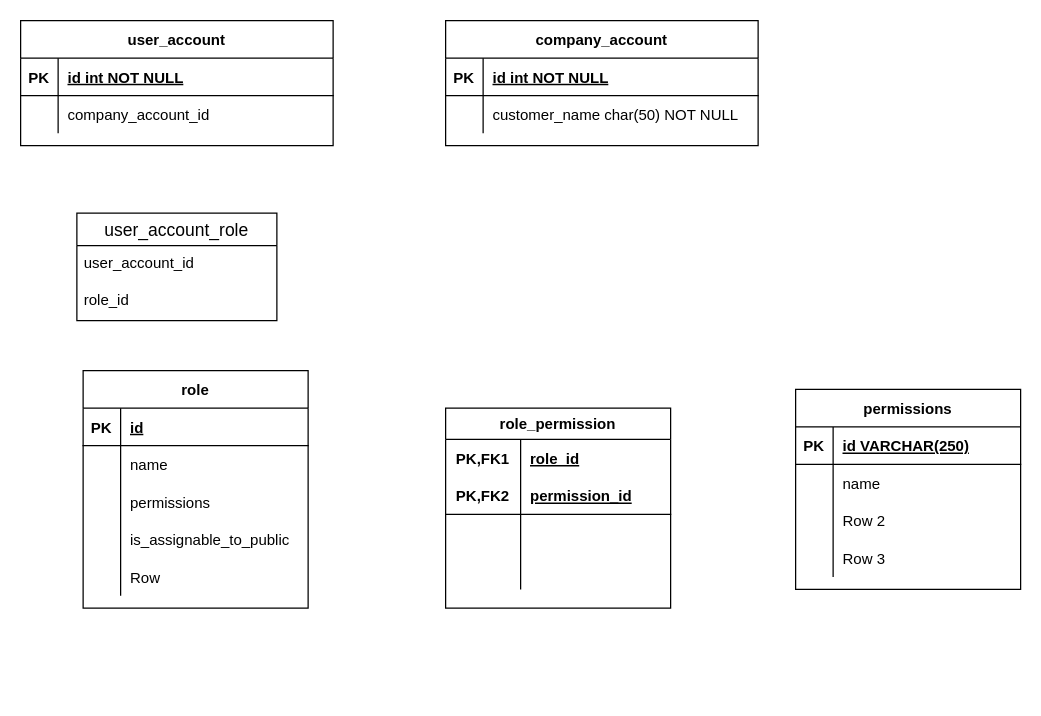
Before: UM.drawio in lyndon-trash/presentation-oauth2, a draw.io diagram. Source tidied: cells renumbered, new cells numbered last; positions are measured from the earlier drawing's top-left corner, leaving out a move shared by most shapes. Both pictures are drawn from the tidied source at 125%, with x=0, y=0 at pixel (20, 20).
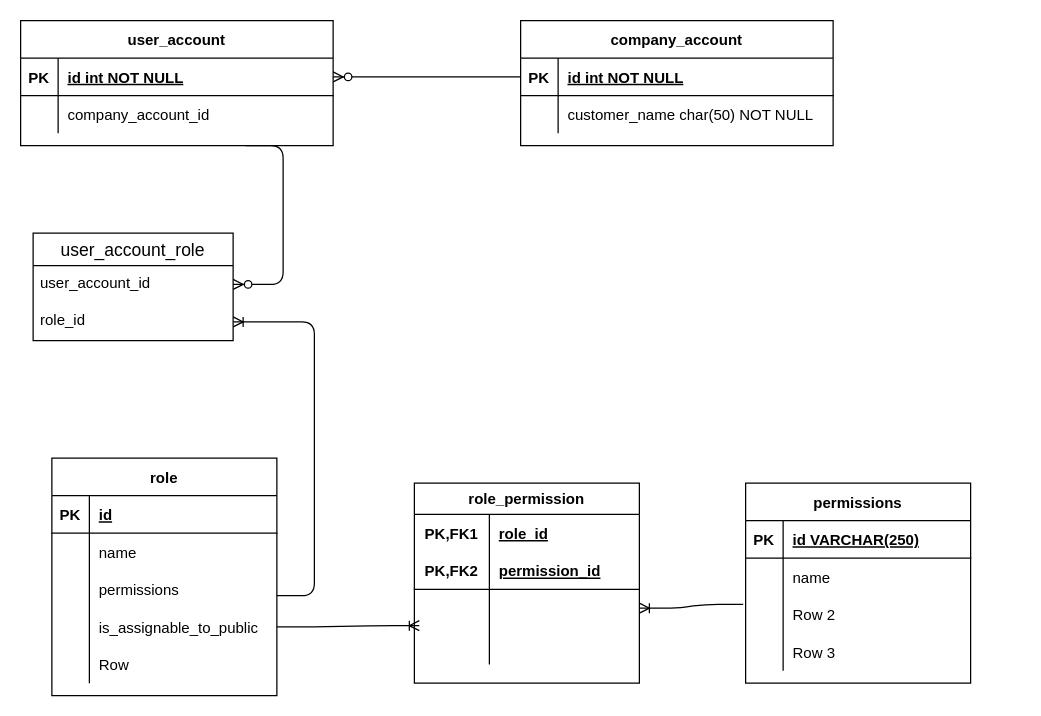
The same page after the edit.

Unchanged cells that the change refers to:
```xml
<mxCell id="3" style="shape=partialRectangle;fillColor=none;points=[[0,0.5],[1,0.5]];portConstraint=eastwest;top=0;left=0;right=0;bottom=1;" parent="2" vertex="1">
  <mxGeometry y="30" width="250" height="30" as="geometry" />
</mxCell>
<mxCell id="19" style="shape=partialRectangle;fillColor=none;top=0;left=0;bottom=0;right=0;points=[[0,0.5],[1,0.5]];portConstraint=eastwest;" parent="9" vertex="1">
  <mxGeometry y="120" width="180" height="30" as="geometry" />
</mxCell>
<mxCell id="26" style="shape=partialRectangle;fillColor=none;points=[[0,0.5],[1,0.5]];portConstraint=eastwest;top=0;left=0;right=0;bottom=1;" parent="25" vertex="1">
  <mxGeometry y="30" width="250" height="30" as="geometry" />
</mxCell>
<mxCell id="33" value="user_account_id" style="text;strokeColor=none;fillColor=none;spacingLeft=4;spacingRight=4;overflow=hidden;points=[[0,0.5],[1,0.5]];portConstraint=eastwest;fontSize=12;" parent="32" vertex="1">
  <mxGeometry y="26" width="160" height="30" as="geometry" />
</mxCell>
<mxCell id="34" value="role_id" style="text;strokeColor=none;fillColor=none;spacingLeft=4;spacingRight=4;overflow=hidden;points=[[0,0.5],[1,0.5]];portConstraint=eastwest;fontSize=12;" parent="32" vertex="1">
  <mxGeometry y="56" width="160" height="30" as="geometry" />
</mxCell>
<mxCell id="42" style="shape=partialRectangle;fillColor=none;top=0;left=0;bottom=0;right=0;points=[[0,0.5],[1,0.5]];portConstraint=eastwest;" parent="35" vertex="1">
  <mxGeometry y="90" width="180" height="30" as="geometry" />
</mxCell>
<mxCell id="55" style="shape=partialRectangle;fillColor=none;top=0;left=0;bottom=0;right=0;points=[[0,0.5],[1,0.5]];portConstraint=eastwest;" parent="48" vertex="1">
  <mxGeometry y="85" width="180" height="30" as="geometry" />
</mxCell>
<mxCell id="58" style="shape=partialRectangle;fillColor=none;top=0;left=0;bottom=0;right=0;points=[[0,0.5],[1,0.5]];portConstraint=eastwest;" parent="48" vertex="1">
  <mxGeometry y="115" width="180" height="30" as="geometry" />
</mxCell>
```

Change to the diagram source:
```diff
@@
     <mxCell id="9" value="role" style="shape=table;startSize=30;childLayout=tableLayout;rowLines=0;fontStyle=1;align=center;" parent="1" vertex="1">
-      <mxGeometry x="50" y="280" width="180" height="190" as="geometry" />
+      <mxGeometry x="25" y="350" width="180" height="190" as="geometry" />
     </mxCell>
@@
     <mxCell id="25" value="company_account" style="shape=table;startSize=30;childLayout=tableLayout;rowLines=0;fontStyle=1;align=center;" parent="1" vertex="1">
-      <mxGeometry x="340" width="250" height="100" as="geometry" />
+      <mxGeometry x="400" width="250" height="100" as="geometry" />
     </mxCell>
@@
     <mxCell id="32" value="user_account_role" style="swimlane;fontStyle=0;horizontal=1;startSize=26;align=center;fontSize=14;" parent="1" vertex="1">
-      <mxGeometry x="45" y="154" width="160" height="86" as="geometry" />
+      <mxGeometry x="10" y="170" width="160" height="86" as="geometry" />
     </mxCell>
@@
     <mxCell id="35" value="permissions" style="shape=table;startSize=30;childLayout=tableLayout;rowLines=0;fontStyle=1;align=center;" parent="1" vertex="1">
-      <mxGeometry x="620" y="295" width="180" height="160" as="geometry" />
+      <mxGeometry x="580" y="370" width="180" height="160" as="geometry" />
     </mxCell>
@@
     <mxCell id="48" value="role_permission" style="shape=table;startSize=25;childLayout=tableLayout;rowLines=0;fontStyle=1;align=center;" parent="1" vertex="1">
-      <mxGeometry x="340" y="310" width="180" height="160" as="geometry" />
+      <mxGeometry x="315" y="370" width="180" height="160" as="geometry" />
     </mxCell>
@@
+    <mxCell id="61" style="edgeStyle=entityRelationEdgeStyle;fontSize=12;html=1;endArrow=ERoneToMany;" parent="1" edge="1" target="34">
+      <mxGeometry relative="1" as="geometry">
+        <mxPoint x="205" y="460" as="sourcePoint" />
+      </mxGeometry>
+    </mxCell>
+    <mxCell id="62" style="edgeStyle=entityRelationEdgeStyle;fontSize=12;html=1;endArrow=ERzeroToMany;endFill=1;entryX=1;entryY=0.5;entryDx=0;entryDy=0;" parent="1" edge="1" target="33">
+      <mxGeometry relative="1" as="geometry">
+        <mxPoint x="180" y="100" as="sourcePoint" />
+      </mxGeometry>
+    </mxCell>
+    <mxCell id="63" style="edgeStyle=entityRelationEdgeStyle;fontSize=12;html=1;endArrow=ERzeroToMany;endFill=1;" parent="1" edge="1" source="26" target="3">
+      <mxGeometry relative="1" as="geometry" />
+    </mxCell>
+    <mxCell id="64" style="edgeStyle=entityRelationEdgeStyle;fontSize=12;html=1;endArrow=ERoneToMany;exitX=1;exitY=0.5;exitDx=0;exitDy=0;entryX=0.022;entryY=-0.033;entryDx=0;entryDy=0;entryPerimeter=0;" parent="1" edge="1" source="19" target="58">
+      <mxGeometry relative="1" as="geometry" />
+    </mxCell>
+    <mxCell id="65" style="edgeStyle=entityRelationEdgeStyle;fontSize=12;html=1;endArrow=ERoneToMany;exitX=-0.011;exitY=0.233;exitDx=0;exitDy=0;entryX=1;entryY=0.5;entryDx=0;entryDy=0;exitPerimeter=0;" parent="1" edge="1" source="42" target="55">
+      <mxGeometry relative="1" as="geometry" />
+    </mxCell>
```
